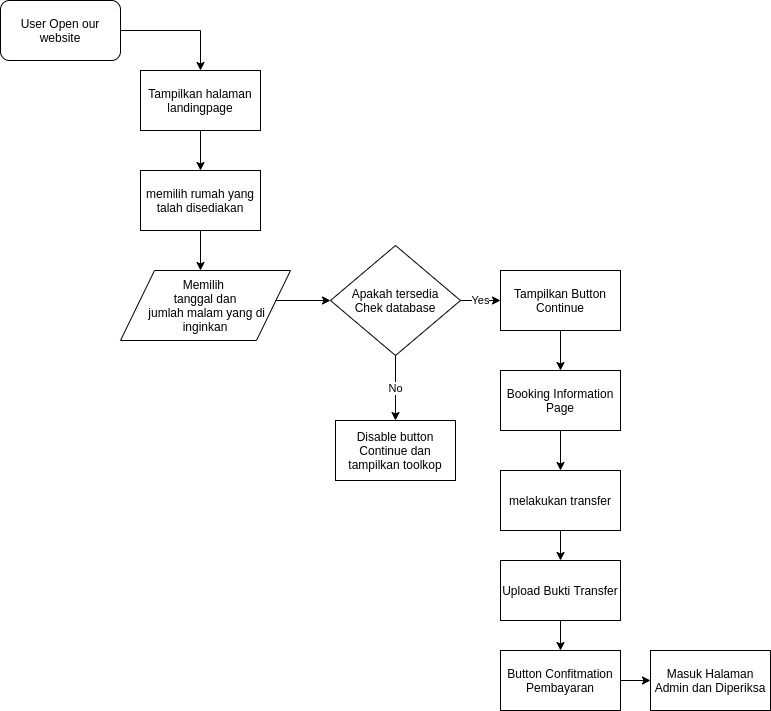
Earlier version of the draw.io export Flow-Website-Hotel.png (AnggaChelsea/Project-KKN). Source tidied: cells renumbered, new cells last; positions are measured from the earlier drawing's top-left corner, leaving out a move shared by most shapes.
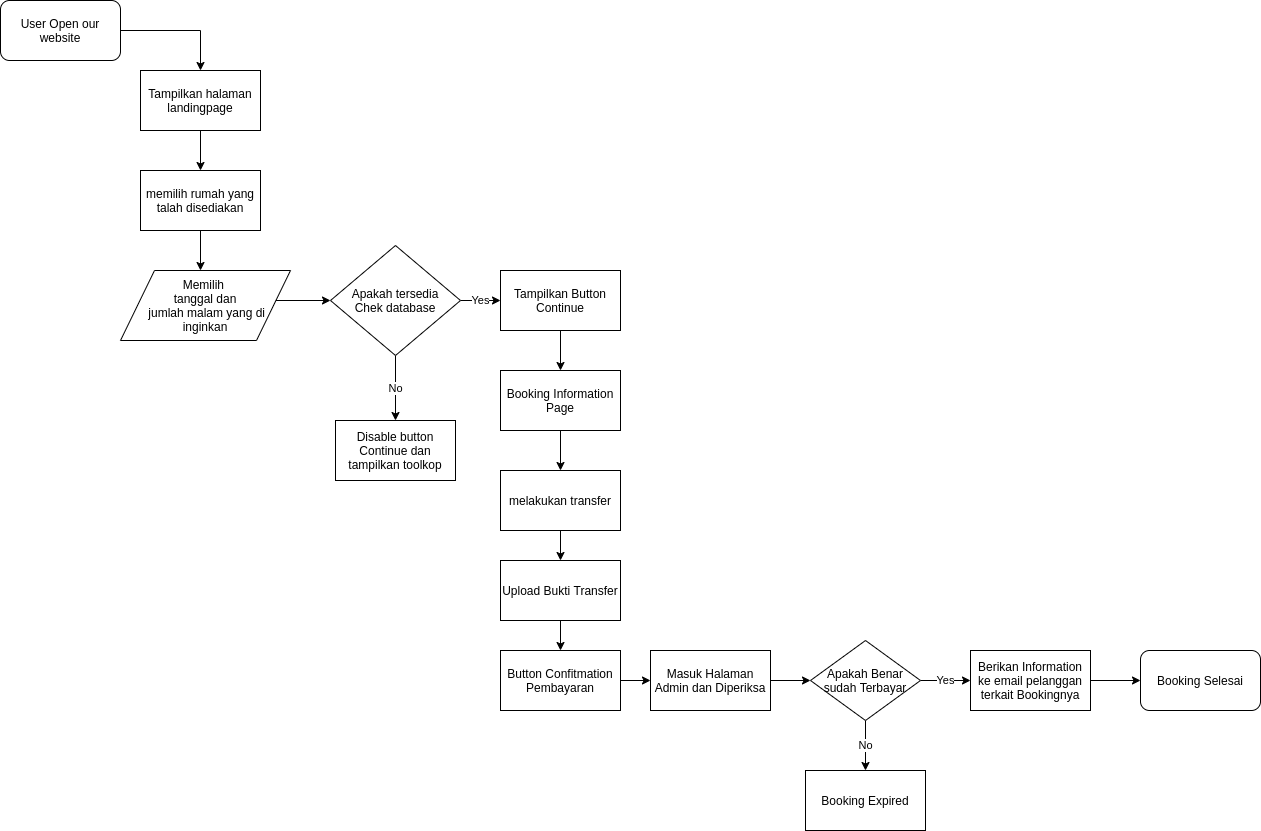
After the commit.

Change to the diagram source:
```diff
@@ -69,11 +69,37 @@
     <mxCell id="22" value="Button Confitmation Pembayaran" style="rounded=0;whiteSpace=wrap;html=1;" parent="1" vertex="1">
       <mxGeometry x="500" y="650" width="120" height="60" as="geometry" />
     </mxCell>
+    <mxCell id="25" style="edgeStyle=orthogonalEdgeStyle;rounded=0;jettySize=auto;html=1;" parent="1" edge="1" source="23" target="28">
+      <mxGeometry relative="1" as="geometry" />
+    </mxCell>
     <mxCell id="23" value="Masuk Halaman Admin dan Diperiksa" style="rounded=0;whiteSpace=wrap;html=1;" parent="1" vertex="1">
       <mxGeometry x="650" y="650" width="120" height="60" as="geometry" />
     </mxCell>
     <mxCell id="24" value="&lt;span&gt;Memilih &lt;br&gt;tanggal dan&lt;br&gt;&amp;nbsp;jumlah malam yang di inginkan&lt;/span&gt;" style="shape=parallelogram;perimeter=parallelogramPerimeter;whiteSpace=wrap;html=1;" parent="1" vertex="1">
       <mxGeometry x="120" y="270" width="170" height="70" as="geometry" />
     </mxCell>
+    <mxCell id="26" value="Yes" style="edgeStyle=orthogonalEdgeStyle;rounded=0;jettySize=auto;html=1;" parent="1" edge="1" source="28" target="30">
+      <mxGeometry relative="1" as="geometry" />
+    </mxCell>
+    <mxCell id="27" value="No" style="edgeStyle=orthogonalEdgeStyle;rounded=0;jettySize=auto;html=1;" parent="1" edge="1" source="28" target="31">
+      <mxGeometry relative="1" as="geometry" />
+    </mxCell>
+    <mxCell id="28" value="Apakah Benar sudah Terbayar" style="rhombus;whiteSpace=wrap;html=1;" parent="1" vertex="1">
+      <mxGeometry x="810" y="640" width="110" height="80" as="geometry" />
+    </mxCell>
+    <mxCell id="29" style="edgeStyle=orthogonalEdgeStyle;rounded=0;jettySize=auto;html=1;" parent="1" edge="1" source="30">
+      <mxGeometry relative="1" as="geometry">
+        <mxPoint x="1140" y="680" as="targetPoint" />
+      </mxGeometry>
+    </mxCell>
+    <mxCell id="30" value="Berikan Information ke email pelanggan terkait Bookingnya" style="rounded=0;whiteSpace=wrap;html=1;" parent="1" vertex="1">
+      <mxGeometry x="970" y="650" width="120" height="60" as="geometry" />
+    </mxCell>
+    <mxCell id="31" value="Booking Expired" style="rounded=0;whiteSpace=wrap;html=1;" parent="1" vertex="1">
+      <mxGeometry x="805" y="770" width="120" height="60" as="geometry" />
+    </mxCell>
+    <mxCell id="32" value="Booking Selesai" style="rounded=1;whiteSpace=wrap;html=1;" parent="1" vertex="1">
+      <mxGeometry x="1140" y="650" width="120" height="60" as="geometry" />
+    </mxCell>
   </root>
 </mxGraphModel>
```
